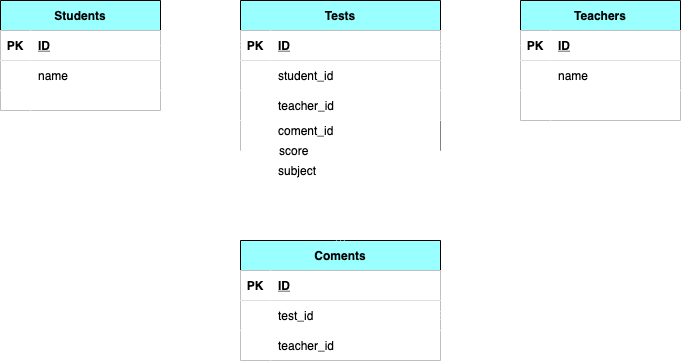
Before: index.png, a diagram exported from draw.io (mogpon/coachtech0516). Source tidied: cells renumbered, new cells last; positions are measured from the earlier drawing's top-left corner, leaving out a move shared by most shapes.
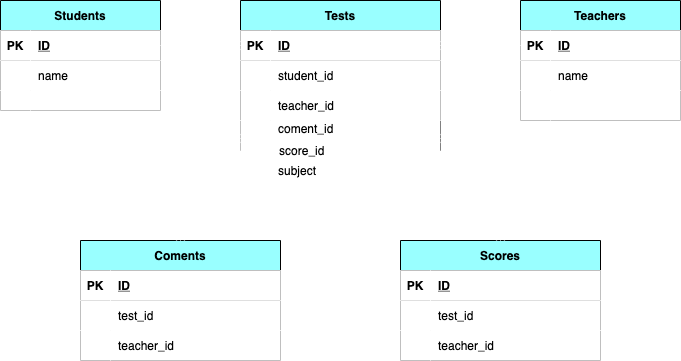
After the change.

The edit, as a diff of the source:
```diff
@@ -93,7 +93,7 @@
       <mxGeometry x="30" width="130" height="30" as="geometry" />
     </mxCell>
     <mxCell id="32" value="Coments" style="shape=table;startSize=30;rowLines=0;fontStyle=1;align=center;labelBackgroundColor=none;labelBorderColor=none;fillColor=#99FFFF;fontColor=#000000;strokeColor=#000000;" parent="1" vertex="1">
-      <mxGeometry x="240" y="240" width="200" height="120" as="geometry" />
+      <mxGeometry x="80" y="240" width="200" height="120" as="geometry" />
     </mxCell>
     <mxCell id="33" style="shape=partialRectangle;top=0;left=0;bottom=1;right=0;labelBackgroundColor=none;labelBorderColor=none;fillColor=#FFFFFF;fontColor=#000000;strokeColor=#000000;" parent="32" vertex="1">
       <mxGeometry y="30" width="200" height="30" as="geometry" />
@@ -137,24 +137,59 @@
     <mxCell id="46" style="fontSize=12;html=1;endArrow=ERoneToMany;startArrow=ERmandOne;exitX=0;exitY=0.5;exitDx=0;exitDy=0;entryX=1;entryY=0.5;entryDx=0;entryDy=0;labelBackgroundColor=none;labelBorderColor=none;fillColor=#FFFFFF;fontColor=#FFFFFF;strokeColor=#FFFFFF;" parent="1" edge="1" source="23" target="13">
       <mxGeometry relative="1" as="geometry" />
     </mxCell>
-    <mxCell id="47" style="fontSize=12;html=1;endArrow=ERoneToMany;startArrow=ERoneToMany;exitX=0.5;exitY=0;exitDx=0;exitDy=0;labelBackgroundColor=none;labelBorderColor=none;fillColor=#FFFFFF;fontColor=#000000;strokeColor=#FFFFFF;" parent="1" edge="1" source="32">
-      <mxGeometry relative="1" as="geometry">
-        <mxPoint x="340" y="190" as="targetPoint" />
-      </mxGeometry>
-    </mxCell>
-    <mxCell id="48" style="edgeStyle=elbowEdgeStyle;fontSize=12;html=1;endArrow=ERoneToMany;startArrow=ERmandOne;exitX=0.481;exitY=1.067;exitDx=0;exitDy=0;exitPerimeter=0;elbow=vertical;entryX=1;entryY=0.5;entryDx=0;entryDy=0;labelBackgroundColor=none;labelBorderColor=none;fillColor=#FFFFFF;fontColor=#000000;strokeColor=#FFFFFF;" parent="1" edge="1" source="29" target="36">
-      <mxGeometry relative="1" as="geometry">
-        <Array as="points">
-          <mxPoint x="520" y="315" />
-          <mxPoint x="520" y="345" />
-        </Array>
-      </mxGeometry>
-    </mxCell>
-    <mxCell id="49" value="score" style="shape=partialRectangle;top=0;left=0;bottom=0;right=0;align=left;spacingLeft=6;overflow=hidden;labelBackgroundColor=none;labelBorderColor=none;fillColor=#FFFFFF;fontColor=#000000;strokeColor=#000000;" parent="1" vertex="1">
+    <mxCell id="49" value="score_id" style="shape=partialRectangle;top=0;left=0;bottom=0;right=0;align=left;spacingLeft=6;overflow=hidden;labelBackgroundColor=none;labelBorderColor=none;fillColor=#FFFFFF;fontColor=#000000;strokeColor=#000000;" parent="1" vertex="1">
       <mxGeometry x="271.1" y="140" width="165.9" height="20" as="geometry" />
     </mxCell>
     <mxCell id="50" value="coment_id" style="shape=partialRectangle;top=0;left=0;bottom=0;right=0;align=left;spacingLeft=6;overflow=hidden;labelBackgroundColor=none;labelBorderColor=none;fillColor=#FFFFFF;fontColor=#000000;strokeColor=#000000;" parent="1" vertex="1">
-      <mxGeometry x="270" y="120" width="165.9" height="20" as="geometry" />
+      <mxGeometry x="270" y="118" width="165.9" height="20" as="geometry" />
     </mxCell>
+    <mxCell id="51" value="Scores" style="shape=table;startSize=30;rowLines=0;fontStyle=1;align=center;labelBackgroundColor=none;labelBorderColor=none;fillColor=#99FFFF;fontColor=#000000;strokeColor=#000000;" parent="1" vertex="1">
+      <mxGeometry x="400" y="240" width="200" height="120" as="geometry" />
+    </mxCell>
+    <mxCell id="52" style="shape=partialRectangle;top=0;left=0;bottom=1;right=0;labelBackgroundColor=none;labelBorderColor=none;fillColor=#FFFFFF;fontColor=#000000;strokeColor=#000000;" parent="51" vertex="1">
+      <mxGeometry y="30" width="200" height="30" as="geometry" />
+    </mxCell>
+    <mxCell id="53" value="PK" style="shape=partialRectangle;top=0;left=0;bottom=0;right=0;fontStyle=1;overflow=hidden;labelBackgroundColor=none;labelBorderColor=none;fillColor=#FFFFFF;fontColor=#000000;strokeColor=#000000;" parent="52" vertex="1">
+      <mxGeometry width="30" height="30" as="geometry" />
+    </mxCell>
+    <mxCell id="54" value="ID" style="shape=partialRectangle;top=0;left=0;bottom=0;right=0;align=left;spacingLeft=6;fontStyle=5;overflow=hidden;labelBackgroundColor=none;labelBorderColor=none;fillColor=#FFFFFF;fontColor=#000000;strokeColor=#000000;" parent="52" vertex="1">
+      <mxGeometry x="30" width="170" height="30" as="geometry" />
+    </mxCell>
+    <mxCell id="55" style="shape=partialRectangle;top=0;left=0;bottom=0;right=0;labelBackgroundColor=none;labelBorderColor=none;fillColor=#FFFFFF;fontColor=#000000;strokeColor=#000000;" parent="51" vertex="1">
+      <mxGeometry y="60" width="200" height="30" as="geometry" />
+    </mxCell>
+    <mxCell id="56" style="shape=partialRectangle;top=0;left=0;bottom=0;right=0;overflow=hidden;labelBackgroundColor=none;labelBorderColor=none;fillColor=#FFFFFF;fontColor=#000000;strokeColor=#000000;" parent="55" vertex="1">
+      <mxGeometry width="30" height="30" as="geometry" />
+    </mxCell>
+    <mxCell id="57" value="test_id" style="shape=partialRectangle;top=0;left=0;bottom=0;right=0;align=left;spacingLeft=6;overflow=hidden;labelBackgroundColor=none;labelBorderColor=none;fillColor=#FFFFFF;fontColor=#000000;strokeColor=#000000;" parent="55" vertex="1">
+      <mxGeometry x="30" width="170" height="30" as="geometry" />
+    </mxCell>
+    <mxCell id="58" style="shape=partialRectangle;top=0;left=0;bottom=0;right=0;labelBackgroundColor=none;labelBorderColor=none;fillColor=#FFFFFF;fontColor=#000000;strokeColor=#000000;" parent="51" vertex="1">
+      <mxGeometry y="90" width="200" height="30" as="geometry" />
+    </mxCell>
+    <mxCell id="59" style="shape=partialRectangle;top=0;left=0;bottom=0;right=0;overflow=hidden;labelBackgroundColor=none;labelBorderColor=none;fillColor=#FFFFFF;fontColor=#000000;strokeColor=#000000;" parent="58" vertex="1">
+      <mxGeometry width="30" height="30" as="geometry" />
+    </mxCell>
+    <mxCell id="60" value="teacher_id" style="shape=partialRectangle;top=0;left=0;bottom=0;right=0;align=left;spacingLeft=6;overflow=hidden;labelBackgroundColor=none;labelBorderColor=none;fillColor=#FFFFFF;fontColor=#000000;strokeColor=#000000;" parent="58" vertex="1">
+      <mxGeometry x="30" width="170" height="30" as="geometry" />
+    </mxCell>
+    <mxCell id="61" style="edgeStyle=elbowEdgeStyle;fontSize=12;html=1;endArrow=ERoneToMany;startArrow=ERoneToMany;labelBackgroundColor=none;strokeColor=#FFFFFF;fillColor=#FFFFFF;" parent="1" edge="1">
+      <mxGeometry relative="1" as="geometry">
+        <mxPoint x="180" y="240" as="sourcePoint" />
+        <mxPoint x="240" y="138" as="targetPoint" />
+        <Array as="points">
+          <mxPoint x="180" y="138" />
+        </Array>
+      </mxGeometry>
+    </mxCell>
+    <mxCell id="62" style="edgeStyle=elbowEdgeStyle;fontSize=12;html=1;endArrow=ERoneToMany;startArrow=ERoneToMany;labelBackgroundColor=none;strokeColor=#FFFFFF;fillColor=#FFFFFF;" parent="1" edge="1">
+      <mxGeometry relative="1" as="geometry">
+        <mxPoint x="500" y="240" as="sourcePoint" />
+        <mxPoint x="440" y="138" as="targetPoint" />
+        <Array as="points">
+          <mxPoint x="500" y="150" />
+        </Array>
+      </mxGeometry>
+    </mxCell>
   </root>
 </mxGraphModel>
```
